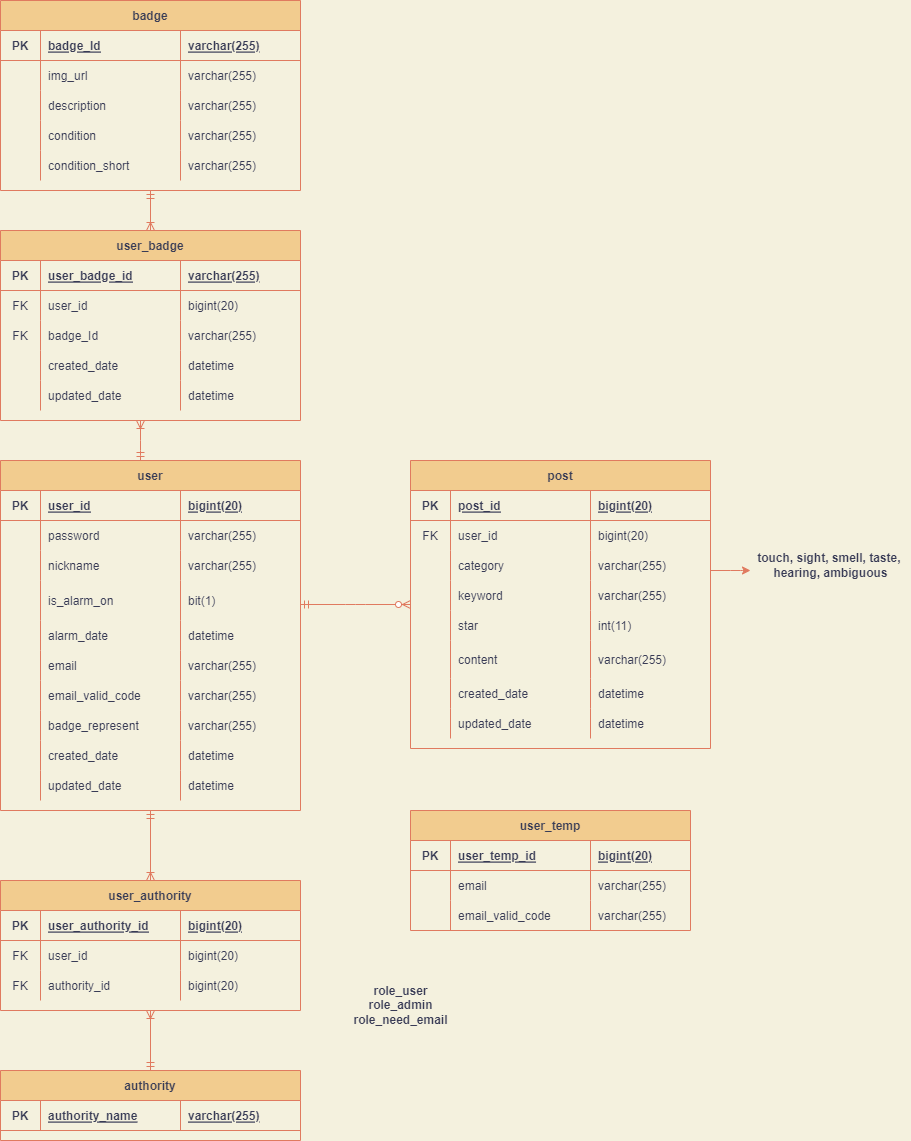
Before: five_senses_erd.drawio.png, a diagram exported from draw.io (FiveSensesApp/five-senses-common). Source tidied: cells renumbered, new cells last; positions are measured from the earlier drawing's top-left corner, leaving out a move shared by most shapes.
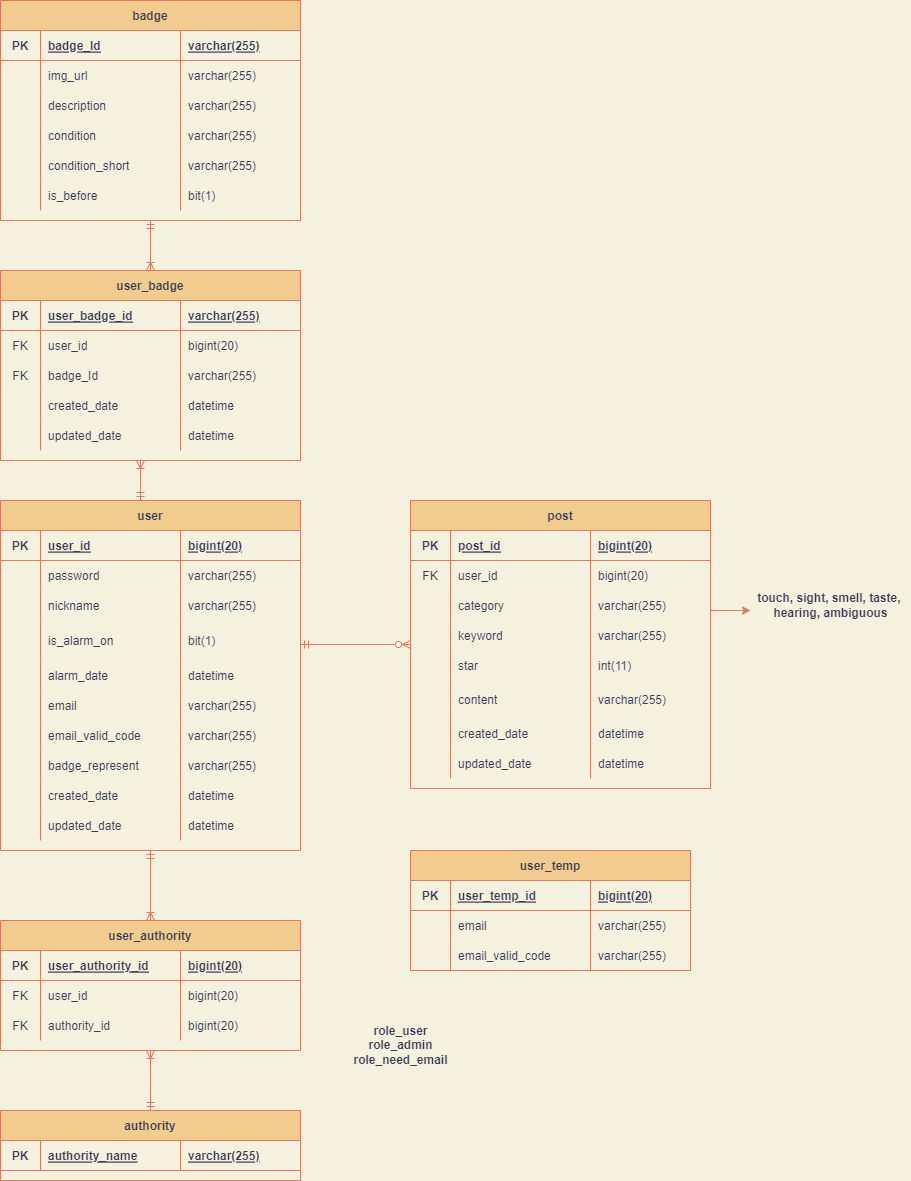
Above is the later version.

The edit, as a diff of the source:
```diff
@@ -353,7 +353,7 @@
       <mxGeometry x="180" width="100" height="30" as="geometry" />
     </mxCell>
     <mxCell id="113" value="badge" style="shape=table;startSize=30;rowLines=0;fontStyle=1;align=center;rounded=0;sketch=0;fontColor=#393C56;strokeColor=#E07A5F;fillColor=#F2CC8F;" parent="1" vertex="1">
-      <mxGeometry width="300" height="190" as="geometry" />
+      <mxGeometry y="-40" width="300" height="220" as="geometry" />
     </mxCell>
     <mxCell id="114" style="shape=tableRow;horizontal=0;startSize=0;swimlaneHead=0;swimlaneBody=0;fillColor=none;top=0;left=0;right=0;bottom=1;rounded=0;sketch=0;fontColor=#393C56;strokeColor=#E07A5F;" parent="113" vertex="1">
       <mxGeometry y="30" width="300" height="30" as="geometry" />
@@ -415,6 +415,18 @@
     <mxCell id="133" value="varchar(255)" style="shape=partialRectangle;fillColor=none;top=0;left=0;bottom=0;right=0;align=left;spacingLeft=6;overflow=hidden;rounded=0;sketch=0;fontColor=#393C56;strokeColor=#E07A5F;" parent="130" vertex="1">
       <mxGeometry x="180" width="120" height="30" as="geometry" />
     </mxCell>
+    <mxCell id="157" style="shape=tableRow;horizontal=0;startSize=0;swimlaneHead=0;swimlaneBody=0;fillColor=none;top=0;left=0;right=0;bottom=0;rounded=0;sketch=0;fontColor=#393C56;strokeColor=#E07A5F;" parent="113" vertex="1">
+      <mxGeometry y="180" width="300" height="30" as="geometry" />
+    </mxCell>
+    <mxCell id="158" style="shape=partialRectangle;fillColor=none;top=0;left=0;bottom=0;right=0;overflow=hidden;rounded=0;sketch=0;fontColor=#393C56;strokeColor=#E07A5F;" parent="157" vertex="1">
+      <mxGeometry width="40" height="30" as="geometry" />
+    </mxCell>
+    <mxCell id="159" value="is_before" style="shape=partialRectangle;fillColor=none;top=0;left=0;bottom=0;right=0;align=left;spacingLeft=6;overflow=hidden;rounded=0;sketch=0;fontColor=#393C56;strokeColor=#E07A5F;" parent="157" vertex="1">
+      <mxGeometry x="40" width="140" height="30" as="geometry" />
+    </mxCell>
+    <mxCell id="160" value="bit(1)" style="shape=partialRectangle;fillColor=none;top=0;left=0;bottom=0;right=0;align=left;spacingLeft=6;overflow=hidden;rounded=0;sketch=0;fontColor=#393C56;strokeColor=#E07A5F;" parent="157" vertex="1">
+      <mxGeometry x="180" width="120" height="30" as="geometry" />
+    </mxCell>
     <mxCell id="134" value="user_badge" style="shape=table;startSize=30;rowLines=0;fontStyle=1;align=center;rounded=0;sketch=0;fontColor=#393C56;strokeColor=#E07A5F;fillColor=#F2CC8F;" parent="1" vertex="1">
       <mxGeometry y="230" width="300" height="190" as="geometry" />
     </mxCell>
```
